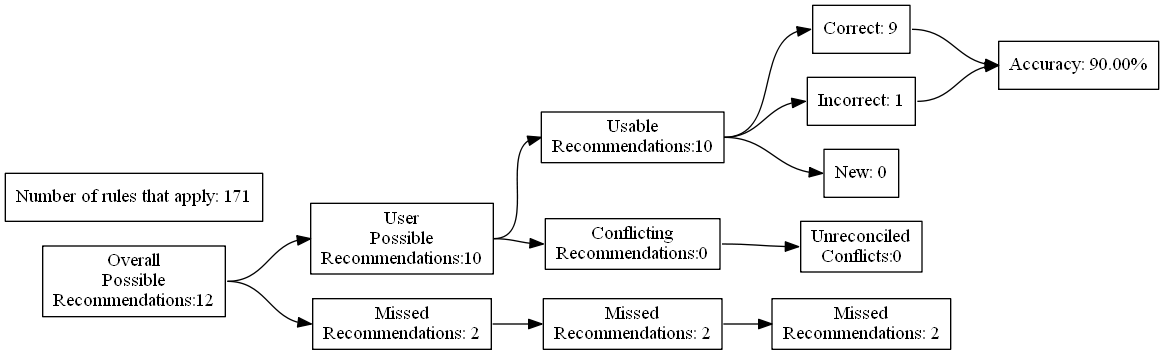
Earlier version of the Graphviz export test_renders/29.gv.png (ZaxR/ibd_diet_analysis). Its source is kept beside it as test_renders/29.gv.
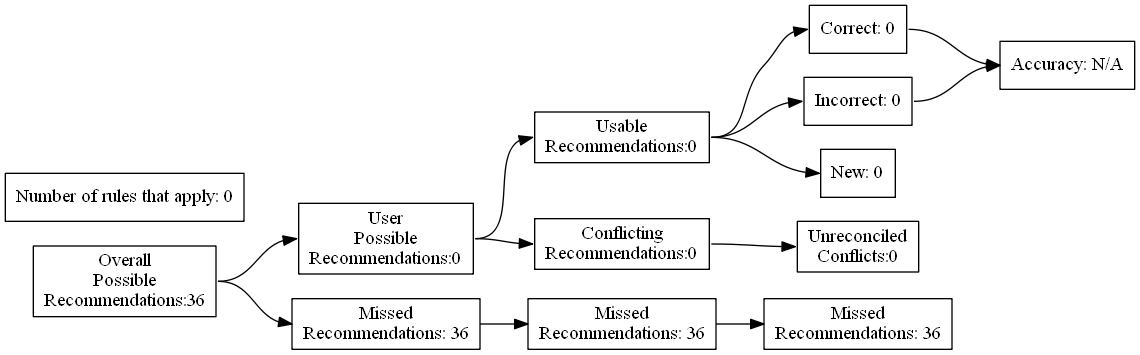
The same diagram one commit later.

What changed in the source:
```diff
@@ -4,27 +4,27 @@
 	edge [headport=w tailport=e]
 		A [label="Overall
 Possible
-Recommendations:12"]
+Recommendations:36"]
 		B [label="User
 Possible
-Recommendations:10"]
+Recommendations:0"]
 		C [label="Missed
-Recommendations: 2"]
+Recommendations: 36"]
 		D [label="Usable
-Recommendations:10"]
+Recommendations:0"]
 		E [label="Conflicting
 Recommendations:0"]
 		J [label="Missed
-Recommendations: 2"]
+Recommendations: 36"]
 		M [label="Unreconciled
 Conflicts:0"]
-		F [label="Correct: 9"]
-		G [label="Incorrect: 1"]
+		F [label="Correct: 0"]
+		G [label="Incorrect: 0"]
 		H [label="New: 0"]
 		K [label="Missed
-Recommendations: 2"]
-		I [label="Accuracy: 90.00%"]
-		l [label="Number of rules that apply: 171"]
+Recommendations: 36"]
+		I [label="Accuracy: N/A"]
+		l [label="Number of rules that apply: 0"]
 			A -> B
 			A -> C
 			B -> D
```
